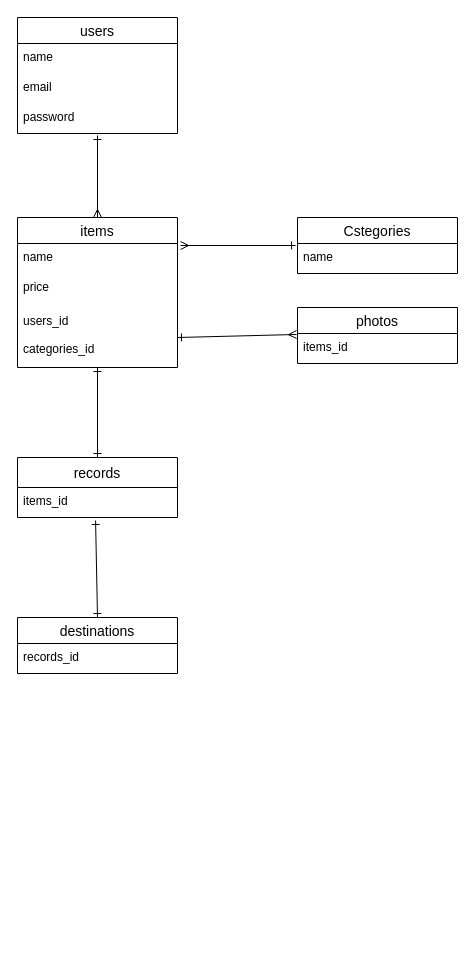
Earlier version of the draw.io diagram ER.dio (westvillege/furima-29642). Source tidied: cells renumbered, new cells numbered last; positions are measured from the earlier drawing's top-left corner, leaving out a move shared by most shapes. Both pictures are drawn from the tidied source at 100%, with x=0, y=0 at pixel (17, 17).
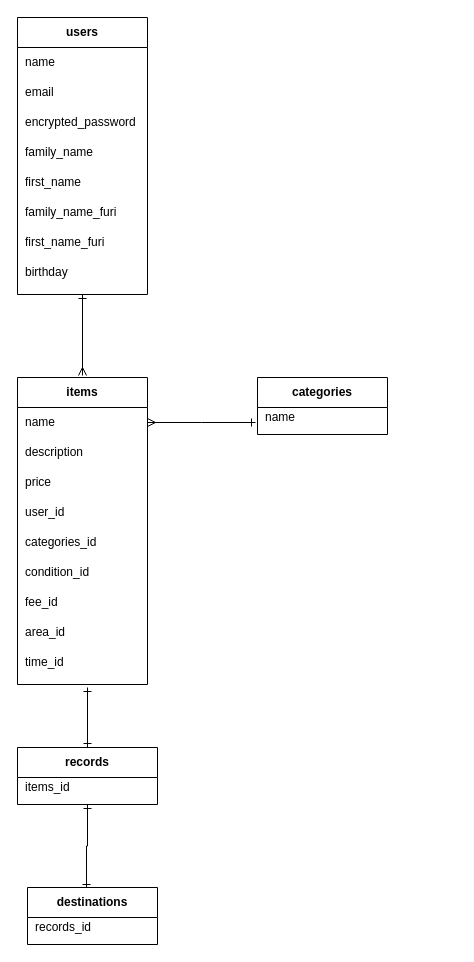
Above is the later version.

Diff of the diagram source:
```diff
@@
-    <mxCell id="0" />
-    <mxCell id="1" parent="0" />
+    <mxCell id="24" />
+    <mxCell id="25" parent="24" />
+    <mxCell id="26" style="edgeStyle=orthogonalEdgeStyle;rounded=0;jettySize=auto;html=1;fontSize=12;startArrow=ERone;startFill=0;endArrow=ERmany;endFill=0;" parent="25" edge="1" source="2">
+      <mxGeometry relative="1" as="geometry">
+        <mxPoint x="65" y="358" as="targetPoint" />
+      </mxGeometry>
+    </mxCell>
-    <mxCell id="2" value="users" style="swimlane;fontStyle=0;horizontal=1;startSize=26;align=center;fontSize=14;" parent="1" vertex="1">
-      <mxGeometry width="160" height="116" as="geometry" />
+    <mxCell id="2" value="users" style="shape=table;html=1;whiteSpace=wrap;startSize=30;childLayout=tableLayout;rowLines=0;fontStyle=1;align=center;fontSize=12;" parent="25" vertex="1">
+      <mxGeometry width="130" height="277" as="geometry" />
     </mxCell>
-    <mxCell id="3" value="name" style="text;strokeColor=none;fillColor=none;spacingLeft=4;spacingRight=4;overflow=hidden;fontSize=12;" parent="2" vertex="1">
-      <mxGeometry y="26" width="160" height="30" as="geometry" />
-    </mxCell>
+    <mxCell id="27" style="shape=partialRectangle;html=1;whiteSpace=wrap;fillColor=none;top=0;left=0;bottom=0;right=0;" parent="2" vertex="1">
+      <mxGeometry y="30" width="130" height="30" as="geometry" />
+    </mxCell>
+    <mxCell id="28" value="name" style="shape=partialRectangle;html=1;whiteSpace=wrap;fillColor=none;top=0;left=0;bottom=0;right=0;align=left;spacingLeft=6;overflow=hidden;" parent="27" vertex="1">
+      <mxGeometry width="130" height="30" as="geometry" />
+    </mxCell>
+    <mxCell id="29" style="shape=partialRectangle;html=1;whiteSpace=wrap;fillColor=none;top=0;left=0;bottom=0;right=0;" parent="2" vertex="1">
+      <mxGeometry y="60" width="130" height="30" as="geometry" />
+    </mxCell>
-    <mxCell id="4" value="email" style="text;strokeColor=none;fillColor=none;spacingLeft=4;spacingRight=4;overflow=hidden;fontSize=12;" parent="2" vertex="1">
-      <mxGeometry y="56" width="160" height="30" as="geometry" />
+    <mxCell id="4" value="email" style="shape=partialRectangle;html=1;whiteSpace=wrap;fillColor=none;top=0;left=0;bottom=0;right=0;align=left;spacingLeft=6;overflow=hidden;" parent="29" vertex="1">
+      <mxGeometry width="130" height="30" as="geometry" />
     </mxCell>
-    <mxCell id="5" value="password" style="text;strokeColor=none;fillColor=none;spacingLeft=4;spacingRight=4;overflow=hidden;points=[[0,0.5],[1,0.5]];portConstraint=eastwest;fontSize=12;" parent="2" vertex="1">
-      <mxGeometry y="86" width="160" height="30" as="geometry" />
-    </mxCell>
-    <mxCell id="6" style="edgeStyle=none;rounded=0;jettySize=auto;html=1;entryX=0.5;entryY=0;entryDx=0;entryDy=0;startArrow=ERone;startFill=0;startSize=6;endArrow=ERone;endFill=0;fontSize=14;" parent="1" edge="1" source="7" target="16">
-      <mxGeometry relative="1" as="geometry" />
-    </mxCell>
+    <mxCell id="30" style="shape=partialRectangle;html=1;whiteSpace=wrap;fillColor=none;top=0;left=0;bottom=0;right=0;" parent="2" vertex="1">
+      <mxGeometry y="90" width="130" height="30" as="geometry" />
+    </mxCell>
+    <mxCell id="31" value="encrypted_password" style="shape=partialRectangle;html=1;whiteSpace=wrap;fillColor=none;top=0;left=0;bottom=0;right=0;align=left;spacingLeft=6;overflow=hidden;" parent="30" vertex="1">
+      <mxGeometry width="130" height="30" as="geometry" />
+    </mxCell>
+    <mxCell id="32" style="shape=partialRectangle;html=1;whiteSpace=wrap;fillColor=none;top=0;left=0;bottom=0;right=0;" parent="2" vertex="1">
+      <mxGeometry y="120" width="130" height="30" as="geometry" />
+    </mxCell>
+    <mxCell id="33" value="family_name" style="shape=partialRectangle;html=1;whiteSpace=wrap;fillColor=none;top=0;left=0;bottom=0;right=0;align=left;spacingLeft=6;overflow=hidden;" parent="32" vertex="1">
+      <mxGeometry width="130" height="30" as="geometry" />
+    </mxCell>
+    <mxCell id="34" style="shape=partialRectangle;html=1;whiteSpace=wrap;fillColor=none;top=0;left=0;bottom=0;right=0;" parent="2" vertex="1">
+      <mxGeometry y="150" width="130" height="30" as="geometry" />
+    </mxCell>
+    <mxCell id="35" value="first_name" style="shape=partialRectangle;html=1;whiteSpace=wrap;fillColor=none;top=0;left=0;bottom=0;right=0;align=left;spacingLeft=6;overflow=hidden;" parent="34" vertex="1">
+      <mxGeometry width="130" height="30" as="geometry" />
+    </mxCell>
+    <mxCell id="36" style="shape=partialRectangle;html=1;whiteSpace=wrap;fillColor=none;top=0;left=0;bottom=0;right=0;" parent="2" vertex="1">
+      <mxGeometry y="180" width="130" height="30" as="geometry" />
+    </mxCell>
+    <mxCell id="37" value="family_name_furi" style="shape=partialRectangle;html=1;whiteSpace=wrap;fillColor=none;top=0;left=0;bottom=0;right=0;align=left;spacingLeft=6;overflow=hidden;" parent="36" vertex="1">
+      <mxGeometry width="130" height="30" as="geometry" />
+    </mxCell>
+    <mxCell id="38" style="shape=partialRectangle;html=1;whiteSpace=wrap;fillColor=none;top=0;left=0;bottom=0;right=0;" parent="2" vertex="1">
+      <mxGeometry y="210" width="130" height="30" as="geometry" />
+    </mxCell>
+    <mxCell id="39" value="first_name_furi" style="shape=partialRectangle;html=1;whiteSpace=wrap;fillColor=none;top=0;left=0;bottom=0;right=0;align=left;spacingLeft=6;overflow=hidden;" parent="38" vertex="1">
+      <mxGeometry width="130" height="30" as="geometry" />
+    </mxCell>
+    <mxCell id="40" style="shape=partialRectangle;html=1;whiteSpace=wrap;fillColor=none;top=0;left=0;bottom=0;right=0;" parent="2" vertex="1">
+      <mxGeometry y="240" width="130" height="30" as="geometry" />
+    </mxCell>
+    <mxCell id="41" value="birthday" style="shape=partialRectangle;html=1;whiteSpace=wrap;fillColor=none;top=0;left=0;bottom=0;right=0;align=left;spacingLeft=6;overflow=hidden;" parent="40" vertex="1">
+      <mxGeometry width="130" height="30" as="geometry" />
+    </mxCell>
-    <mxCell id="7" value="items" style="swimlane;fontStyle=0;horizontal=1;startSize=26;align=center;fontSize=14;" parent="1" vertex="1">
-      <mxGeometry y="200" width="160" height="150" as="geometry" />
+    <mxCell id="7" value="items" style="shape=table;html=1;whiteSpace=wrap;startSize=30;childLayout=tableLayout;rowLines=0;fontStyle=1;align=center;fontSize=12;" parent="25" vertex="1">
+      <mxGeometry y="360" width="130" height="307" as="geometry" />
     </mxCell>
-    <mxCell id="8" value="name" style="text;strokeColor=none;fillColor=none;spacingLeft=4;spacingRight=4;overflow=hidden;points=[[0,0.5],[1,0.5]];portConstraint=eastwest;fontSize=12;" parent="7" vertex="1">
-      <mxGeometry y="26" width="160" height="30" as="geometry" />
-    </mxCell>
+    <mxCell id="42" style="shape=partialRectangle;html=1;whiteSpace=wrap;fillColor=none;top=0;left=0;bottom=0;right=0;points=[[0,0.5],[1,0.5]];portConstraint=eastwest;" parent="7" vertex="1">
+      <mxGeometry y="30" width="130" height="30" as="geometry" />
+    </mxCell>
+    <mxCell id="43" value="name" style="shape=partialRectangle;html=1;whiteSpace=wrap;fillColor=none;top=0;left=0;bottom=0;right=0;align=left;spacingLeft=6;overflow=hidden;" parent="42" vertex="1">
+      <mxGeometry width="130" height="30" as="geometry" />
+    </mxCell>
+    <mxCell id="44" style="shape=partialRectangle;html=1;whiteSpace=wrap;fillColor=none;top=0;left=0;bottom=0;right=0;" parent="7" vertex="1">
+      <mxGeometry y="60" width="130" height="30" as="geometry" />
+    </mxCell>
+    <mxCell id="45" value="description" style="shape=partialRectangle;html=1;whiteSpace=wrap;fillColor=none;top=0;left=0;bottom=0;right=0;align=left;spacingLeft=6;overflow=hidden;" parent="44" vertex="1">
+      <mxGeometry width="130" height="30" as="geometry" />
+    </mxCell>
+    <mxCell id="46" style="shape=partialRectangle;html=1;whiteSpace=wrap;fillColor=none;top=0;left=0;bottom=0;right=0;" parent="7" vertex="1">
+      <mxGeometry y="90" width="130" height="30" as="geometry" />
+    </mxCell>
-    <mxCell id="9" value="price" style="text;strokeColor=none;fillColor=none;spacingLeft=4;spacingRight=4;overflow=hidden;fontSize=12;" parent="7" vertex="1">
-      <mxGeometry y="56" width="160" height="34" as="geometry" />
+    <mxCell id="9" value="price" style="shape=partialRectangle;html=1;whiteSpace=wrap;fillColor=none;top=0;left=0;bottom=0;right=0;align=left;spacingLeft=6;overflow=hidden;" parent="46" vertex="1">
+      <mxGeometry width="130" height="30" as="geometry" />
     </mxCell>
-    <mxCell id="10" value="users_id&#10;&#10;categories_id&#10;" style="text;strokeColor=none;fillColor=none;spacingLeft=4;spacingRight=4;overflow=hidden;points=[[0,0.5],[1,0.5]];portConstraint=eastwest;fontSize=12;" parent="7" vertex="1">
-      <mxGeometry y="90" width="160" height="60" as="geometry" />
-    </mxCell>
-    <mxCell id="11" style="edgeStyle=none;rounded=0;jettySize=auto;html=1;exitX=-0.012;exitY=0.067;exitDx=0;exitDy=0;entryX=1.019;entryY=0.067;entryDx=0;entryDy=0;entryPerimeter=0;startArrow=ERone;startFill=0;startSize=6;endArrow=ERmany;endFill=0;fontSize=14;exitPerimeter=0;" parent="1" edge="1" source="13" target="8">
-      <mxGeometry relative="1" as="geometry" />
-    </mxCell>
-    <mxCell id="12" value="Cstegories" style="swimlane;fontStyle=0;horizontal=1;startSize=26;align=center;fontSize=14;" parent="1" vertex="1">
-      <mxGeometry x="280" y="200" width="160" height="56" as="geometry" />
-    </mxCell>
-    <mxCell id="13" value="name" style="text;strokeColor=none;fillColor=none;spacingLeft=4;spacingRight=4;overflow=hidden;points=[[0,0.5],[1,0.5]];portConstraint=eastwest;fontSize=12;" parent="12" vertex="1">
-      <mxGeometry y="26" width="160" height="30" as="geometry" />
-    </mxCell>
-    <mxCell id="14" value="&#10;photos&#10;" style="swimlane;fontStyle=0;horizontal=1;startSize=26;align=center;fontSize=14;" parent="1" vertex="1">
-      <mxGeometry x="280" y="290" width="160" height="56" as="geometry" />
-    </mxCell>
-    <mxCell id="15" value="items_id&#10;" style="text;strokeColor=none;fillColor=none;spacingLeft=4;spacingRight=4;overflow=hidden;points=[[0,0.5],[1,0.5]];portConstraint=eastwest;fontSize=12;" parent="14" vertex="1">
-      <mxGeometry y="26" width="160" height="30" as="geometry" />
-    </mxCell>
+    <mxCell id="47" style="shape=partialRectangle;html=1;whiteSpace=wrap;fillColor=none;top=0;left=0;bottom=0;right=0;" parent="7" vertex="1">
+      <mxGeometry y="120" width="130" height="30" as="geometry" />
+    </mxCell>
+    <mxCell id="48" value="user_id" style="shape=partialRectangle;html=1;whiteSpace=wrap;fillColor=none;top=0;left=0;bottom=0;right=0;align=left;spacingLeft=6;overflow=hidden;" parent="47" vertex="1">
+      <mxGeometry width="130" height="30" as="geometry" />
+    </mxCell>
+    <mxCell id="49" style="shape=partialRectangle;html=1;whiteSpace=wrap;fillColor=none;top=0;left=0;bottom=0;right=0;" parent="7" vertex="1">
+      <mxGeometry y="150" width="130" height="30" as="geometry" />
+    </mxCell>
+    <mxCell id="50" value="categories_id" style="shape=partialRectangle;html=1;whiteSpace=wrap;fillColor=none;top=0;left=0;bottom=0;right=0;align=left;spacingLeft=6;overflow=hidden;" parent="49" vertex="1">
+      <mxGeometry width="130" height="30" as="geometry" />
+    </mxCell>
+    <mxCell id="51" style="shape=partialRectangle;html=1;whiteSpace=wrap;fillColor=none;top=0;left=0;bottom=0;right=0;" parent="7" vertex="1">
+      <mxGeometry y="180" width="130" height="30" as="geometry" />
+    </mxCell>
+    <mxCell id="52" value="condition_id" style="shape=partialRectangle;html=1;whiteSpace=wrap;fillColor=none;top=0;left=0;bottom=0;right=0;align=left;spacingLeft=6;overflow=hidden;" parent="51" vertex="1">
+      <mxGeometry width="130" height="30" as="geometry" />
+    </mxCell>
+    <mxCell id="53" style="shape=partialRectangle;html=1;whiteSpace=wrap;fillColor=none;top=0;left=0;bottom=0;right=0;" parent="7" vertex="1">
+      <mxGeometry y="210" width="130" height="30" as="geometry" />
+    </mxCell>
+    <mxCell id="54" value="fee_id" style="shape=partialRectangle;html=1;whiteSpace=wrap;fillColor=none;top=0;left=0;bottom=0;right=0;align=left;spacingLeft=6;overflow=hidden;" parent="53" vertex="1">
+      <mxGeometry width="130" height="30" as="geometry" />
+    </mxCell>
+    <mxCell id="55" style="shape=partialRectangle;html=1;whiteSpace=wrap;fillColor=none;top=0;left=0;bottom=0;right=0;" parent="7" vertex="1">
+      <mxGeometry y="240" width="130" height="30" as="geometry" />
+    </mxCell>
+    <mxCell id="56" value="area_id" style="shape=partialRectangle;html=1;whiteSpace=wrap;fillColor=none;top=0;left=0;bottom=0;right=0;align=left;spacingLeft=6;overflow=hidden;" parent="55" vertex="1">
+      <mxGeometry width="130" height="30" as="geometry" />
+    </mxCell>
+    <mxCell id="57" style="shape=partialRectangle;html=1;whiteSpace=wrap;fillColor=none;top=0;left=0;bottom=0;right=0;" parent="7" vertex="1">
+      <mxGeometry y="270" width="130" height="30" as="geometry" />
+    </mxCell>
+    <mxCell id="58" value="time_id" style="shape=partialRectangle;html=1;whiteSpace=wrap;fillColor=none;top=0;left=0;bottom=0;right=0;align=left;spacingLeft=6;overflow=hidden;" parent="57" vertex="1">
+      <mxGeometry width="130" height="30" as="geometry" />
+    </mxCell>
+    <mxCell id="59" value="categories" style="shape=table;html=1;whiteSpace=wrap;startSize=30;childLayout=tableLayout;rowLines=0;fontStyle=1;align=center;fontSize=12;" parent="25" vertex="1">
+      <mxGeometry x="240" y="360" width="130" height="57" as="geometry" />
+    </mxCell>
+    <mxCell id="60" style="shape=partialRectangle;html=1;whiteSpace=wrap;fillColor=none;top=0;left=0;bottom=0;right=0;" parent="59" vertex="1">
+      <mxGeometry y="30" width="130" height="20" as="geometry" />
+    </mxCell>
+    <mxCell id="61" value="name" style="shape=partialRectangle;html=1;whiteSpace=wrap;fillColor=none;top=0;left=0;bottom=0;right=0;align=left;spacingLeft=6;overflow=hidden;" parent="60" vertex="1">
+      <mxGeometry width="130" height="20" as="geometry" />
+    </mxCell>
+    <mxCell id="62" style="edgeStyle=orthogonalEdgeStyle;rounded=0;jettySize=auto;html=1;exitX=0.5;exitY=0;exitDx=0;exitDy=0;startArrow=ERone;startFill=0;endArrow=ERone;endFill=0;fontSize=12;" parent="25" edge="1" source="16">
+      <mxGeometry relative="1" as="geometry">
+        <mxPoint x="70" y="670" as="targetPoint" />
+      </mxGeometry>
+    </mxCell>
+    <mxCell id="63" style="edgeStyle=orthogonalEdgeStyle;rounded=0;jettySize=auto;html=1;exitX=0.5;exitY=1;exitDx=0;exitDy=0;entryX=0.454;entryY=0.018;entryDx=0;entryDy=0;entryPerimeter=0;startArrow=ERone;startFill=0;endArrow=ERone;endFill=0;fontSize=12;" parent="25" edge="1" source="16" target="17">
+      <mxGeometry relative="1" as="geometry" />
+    </mxCell>
-    <mxCell id="16" value="records" style="swimlane;fontStyle=0;horizontal=1;startSize=30;align=center;fontSize=14;" parent="1" vertex="1">
-      <mxGeometry y="440" width="160" height="60" as="geometry" />
+    <mxCell id="16" value="records" style="shape=table;html=1;whiteSpace=wrap;startSize=30;childLayout=tableLayout;rowLines=0;fontStyle=1;align=center;fontSize=12;" parent="25" vertex="1">
+      <mxGeometry y="730" width="140" height="57" as="geometry" />
     </mxCell>
+    <mxCell id="64" style="shape=partialRectangle;html=1;whiteSpace=wrap;fillColor=none;top=0;left=0;bottom=0;right=0;" parent="16" vertex="1">
+      <mxGeometry y="30" width="140" height="20" as="geometry" />
+    </mxCell>
+    <mxCell id="65" value="items_id" style="shape=partialRectangle;html=1;whiteSpace=wrap;fillColor=none;top=0;left=0;bottom=0;right=0;align=left;spacingLeft=6;overflow=hidden;" parent="64" vertex="1">
+      <mxGeometry width="140" height="20" as="geometry" />
+    </mxCell>
-    <mxCell id="17" value="destinations" style="swimlane;fontStyle=0;horizontal=1;startSize=26;align=center;fontSize=14;" parent="1" vertex="1">
-      <mxGeometry y="600" width="160" height="56" as="geometry" />
+    <mxCell id="17" value="destinations" style="shape=table;html=1;whiteSpace=wrap;startSize=30;childLayout=tableLayout;rowLines=0;fontStyle=1;align=center;fontSize=12;" parent="25" vertex="1">
+      <mxGeometry x="10" y="870" width="130" height="57" as="geometry" />
     </mxCell>
+    <mxCell id="66" style="shape=partialRectangle;html=1;whiteSpace=wrap;fillColor=none;top=0;left=0;bottom=0;right=0;" parent="17" vertex="1">
+      <mxGeometry y="30" width="130" height="20" as="geometry" />
+    </mxCell>
-    <mxCell id="18" value="records_id" style="text;strokeColor=none;fillColor=none;spacingLeft=4;spacingRight=4;overflow=hidden;fontSize=12;" parent="17" vertex="1">
-      <mxGeometry y="26" width="160" height="30" as="geometry" />
+    <mxCell id="18" value="records_id" style="shape=partialRectangle;html=1;whiteSpace=wrap;fillColor=none;top=0;left=0;bottom=0;right=0;align=left;spacingLeft=6;overflow=hidden;" parent="66" vertex="1">
+      <mxGeometry width="130" height="20" as="geometry" />
     </mxCell>
-    <mxCell id="19" style="line;strokeWidth=4;html=1;perimeter=backbonePerimeter;startSize=26;fontSize=14;strokeColor=none;" parent="1" vertex="1">
-      <mxGeometry x="240" y="210" width="160" height="10" as="geometry" />
-    </mxCell>
-    <mxCell id="20" style="endArrow=ERmany;html=1;rounded=0;fontSize=14;exitX=0.5;exitY=1.067;exitDx=0;exitDy=0;exitPerimeter=0;entryX=0.5;entryY=0;entryDx=0;entryDy=0;startArrow=ERone;startFill=0;endFill=0;" parent="1" edge="1" source="5" target="7">
-      <mxGeometry relative="1" as="geometry" />
-    </mxCell>
-    <mxCell id="21" style="edgeStyle=none;rounded=0;jettySize=auto;html=1;exitX=1;exitY=0.5;exitDx=0;exitDy=0;entryX=-0.006;entryY=0.033;entryDx=0;entryDy=0;startArrow=ERone;startFill=0;endArrow=ERmany;endFill=0;fontSize=14;entryPerimeter=0;" parent="1" edge="1" source="10" target="15">
-      <mxGeometry relative="1" as="geometry" />
-    </mxCell>
-    <mxCell id="22" value="items_id" style="text;strokeColor=none;fillColor=none;spacingLeft=4;spacingRight=4;overflow=hidden;points=[[0,0.5],[1,0.5]];portConstraint=eastwest;fontSize=12;" parent="1" vertex="1">
-      <mxGeometry y="470" width="160" height="30" as="geometry" />
-    </mxCell>
-    <mxCell id="23" style="endArrow=ERone;html=1;rounded=0;fontSize=14;exitX=0.488;exitY=1.1;exitDx=0;exitDy=0;exitPerimeter=0;entryX=0.5;entryY=0;entryDx=0;entryDy=0;startArrow=ERone;startFill=0;endFill=0;" parent="1" edge="1" source="22" target="17">
-      <mxGeometry relative="1" as="geometry" />
-    </mxCell>
+    <mxCell id="67" style="edgeStyle=orthogonalEdgeStyle;rounded=0;jettySize=auto;html=1;exitX=1;exitY=0.5;exitDx=0;exitDy=0;startArrow=ERmany;startFill=0;endArrow=ERone;endFill=0;fontSize=12;" parent="25" edge="1" source="42">
+      <mxGeometry relative="1" as="geometry">
+        <mxPoint x="238" y="405" as="targetPoint" />
+      </mxGeometry>
+    </mxCell>
```
